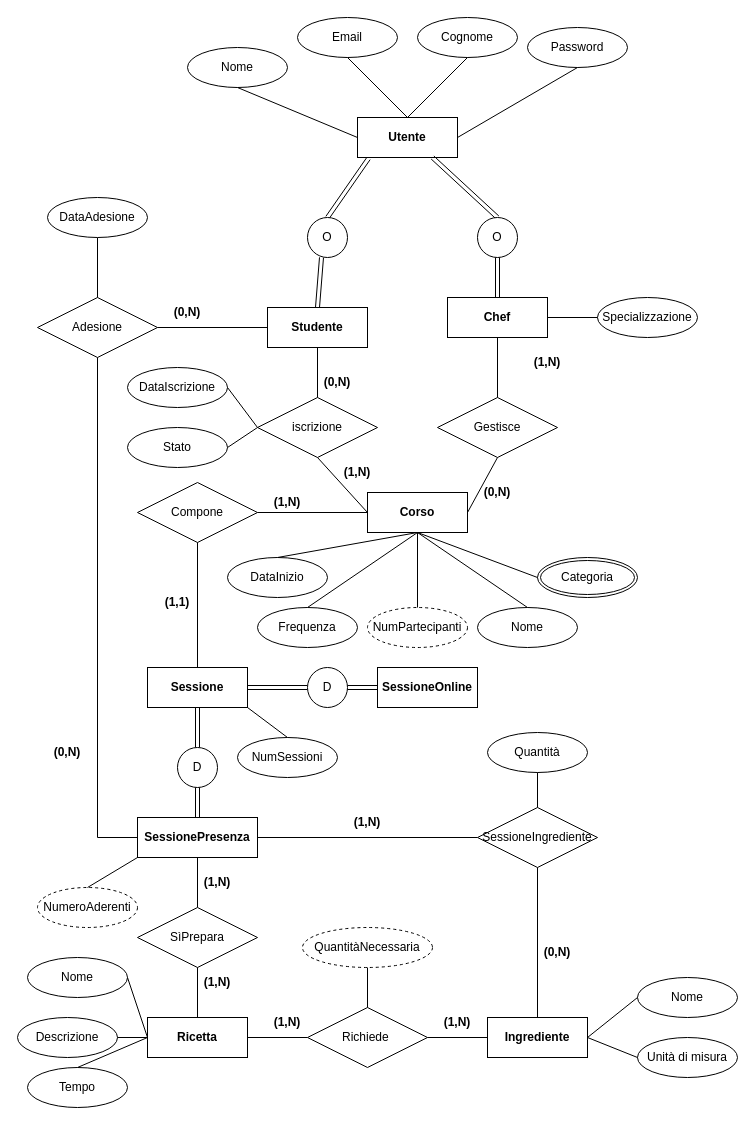
SimoneBarbella/Progetto-Basi-Object keeps this draw.io diagram as BasiDiDati Progetto/DiagrammaER1.drawio. Above is the earlier version. Source tidied: cells renumbered, new cells numbered last; positions are measured from the earlier drawing's top-left corner, leaving out a move shared by most shapes. Both pictures are drawn from the tidied source at 100%, with x=0, y=0 at pixel (17, 17).
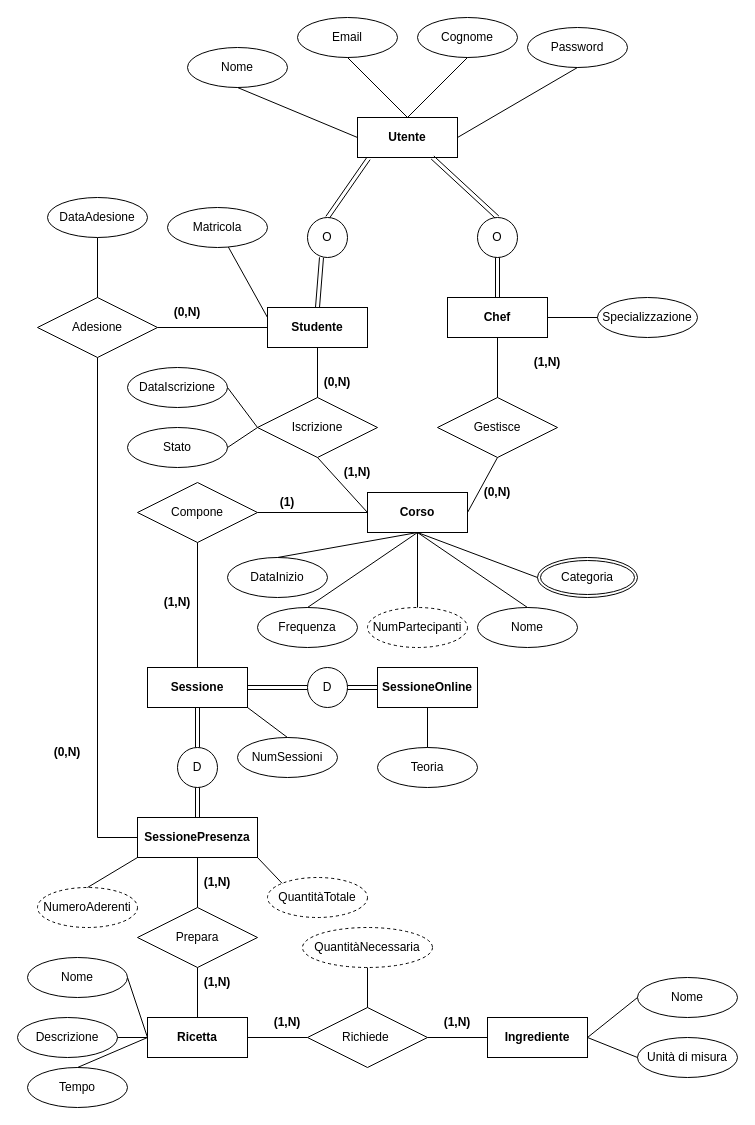
After the change.

Unchanged cells that the change refers to:
```xml
<mxCell id="2" value="&lt;b&gt;SessionePresenza&lt;/b&gt;" style="whiteSpace=wrap;html=1;align=center;" parent="1" vertex="1">
  <mxGeometry x="120" y="800" width="120" height="40" as="geometry" />
</mxCell>
<mxCell id="4" value="&lt;b&gt;SessioneOnline&lt;/b&gt;" style="whiteSpace=wrap;html=1;align=center;" parent="1" vertex="1">
  <mxGeometry x="360" y="650" width="100" height="40" as="geometry" />
</mxCell>
<mxCell id="6" value="&lt;b&gt;Studente&lt;/b&gt;" style="whiteSpace=wrap;html=1;align=center;" parent="1" vertex="1">
  <mxGeometry x="250" y="290" width="100" height="40" as="geometry" />
</mxCell>
<mxCell id="9" value="&lt;b&gt;Ingrediente&lt;/b&gt;" style="whiteSpace=wrap;html=1;align=center;" parent="1" vertex="1">
  <mxGeometry x="470" y="1000" width="100" height="40" as="geometry" />
</mxCell>
```

Diff of the diagram source:
```diff
@@
-    <mxCell id="12" value="iscrizione" style="shape=rhombus;perimeter=rhombusPerimeter;whiteSpace=wrap;html=1;align=center;" parent="1" vertex="1">
+    <mxCell id="12" value="Iscrizione" style="shape=rhombus;perimeter=rhombusPerimeter;whiteSpace=wrap;html=1;align=center;" parent="1" vertex="1">
       <mxGeometry x="240" y="380" width="120" height="60" as="geometry" />
     </mxCell>
@@
-    <mxCell id="24" value="SessioneIngrediente" style="shape=rhombus;perimeter=rhombusPerimeter;whiteSpace=wrap;html=1;align=center;" parent="1" vertex="1">
-      <mxGeometry x="460" y="790" width="120" height="60" as="geometry" />
-    </mxCell>
@@
-    <mxCell id="28" style="endArrow=none;html=1;rounded=0;exitX=1;exitY=0.5;exitDx=0;exitDy=0;entryX=0;entryY=0.5;entryDx=0;entryDy=0;" parent="1" edge="1" source="2" target="24">
-      <mxGeometry relative="1" as="geometry" />
-    </mxCell>
@@
-    <mxCell id="38" style="endArrow=none;html=1;rounded=0;exitX=0.5;exitY=1;exitDx=0;exitDy=0;entryX=0.5;entryY=0;entryDx=0;entryDy=0;" parent="1" edge="1" source="24" target="9">
-      <mxGeometry relative="1" as="geometry" />
-    </mxCell>
@@
-    <mxCell id="42" value="SìPrepara" style="shape=rhombus;perimeter=rhombusPerimeter;whiteSpace=wrap;html=1;align=center;" parent="1" vertex="1">
+    <mxCell id="42" value="Prepara" style="shape=rhombus;perimeter=rhombusPerimeter;whiteSpace=wrap;html=1;align=center;" parent="1" vertex="1">
       <mxGeometry x="120" y="890" width="120" height="60" as="geometry" />
     </mxCell>
@@
-    <mxCell id="44" value="Quantità" style="ellipse;whiteSpace=wrap;html=1;align=center;" parent="1" vertex="1">
-      <mxGeometry x="470" y="715" width="100" height="40" as="geometry" />
-    </mxCell>
@@
-    <mxCell id="83" style="endArrow=none;html=1;rounded=0;entryX=0.5;entryY=1;entryDx=0;entryDy=0;exitX=0.5;exitY=0;exitDx=0;exitDy=0;" parent="1" edge="1" source="24" target="44">
-      <mxGeometry relative="1" as="geometry" />
-    </mxCell>
@@
-    <mxCell id="92" value="&lt;b&gt;(1&lt;/b&gt;&lt;b style=&quot;background-color: transparent; color: light-dark(rgb(0, 0, 0), rgb(255, 255, 255));&quot;&gt;,N)&lt;/b&gt;" style="text;html=1;whiteSpace=wrap;strokeColor=none;fillColor=none;align=center;verticalAlign=middle;rounded=0;" parent="1" vertex="1">
+    <mxCell id="92" value="&lt;b&gt;(1&lt;/b&gt;&lt;b style=&quot;background-color: transparent; color: light-dark(rgb(0, 0, 0), rgb(255, 255, 255));&quot;&gt;)&lt;/b&gt;" style="text;html=1;whiteSpace=wrap;strokeColor=none;fillColor=none;align=center;verticalAlign=middle;rounded=0;" parent="1" vertex="1">
       <mxGeometry x="240" y="470" width="60" height="30" as="geometry" />
     </mxCell>
-    <mxCell id="93" value="&lt;b&gt;(1&lt;/b&gt;&lt;b style=&quot;background-color: transparent; color: light-dark(rgb(0, 0, 0), rgb(255, 255, 255));&quot;&gt;,1)&lt;/b&gt;" style="text;html=1;whiteSpace=wrap;strokeColor=none;fillColor=none;align=center;verticalAlign=middle;rounded=0;" parent="1" vertex="1">
+    <mxCell id="93" value="&lt;b&gt;(1&lt;/b&gt;&lt;b style=&quot;background-color: transparent; color: light-dark(rgb(0, 0, 0), rgb(255, 255, 255));&quot;&gt;,N)&lt;/b&gt;" style="text;html=1;whiteSpace=wrap;strokeColor=none;fillColor=none;align=center;verticalAlign=middle;rounded=0;" parent="1" vertex="1">
       <mxGeometry x="130" y="570" width="60" height="30" as="geometry" />
     </mxCell>
@@
-    <mxCell id="98" value="&lt;b&gt;(1&lt;/b&gt;&lt;b style=&quot;background-color: transparent; color: light-dark(rgb(0, 0, 0), rgb(255, 255, 255));&quot;&gt;,N)&lt;/b&gt;" style="text;html=1;whiteSpace=wrap;strokeColor=none;fillColor=none;align=center;verticalAlign=middle;rounded=0;" parent="1" vertex="1">
-      <mxGeometry x="320" y="790" width="60" height="30" as="geometry" />
-    </mxCell>
-    <mxCell id="99" value="&lt;b&gt;(0&lt;/b&gt;&lt;b style=&quot;background-color: transparent; color: light-dark(rgb(0, 0, 0), rgb(255, 255, 255));&quot;&gt;,N)&lt;/b&gt;" style="text;html=1;whiteSpace=wrap;strokeColor=none;fillColor=none;align=center;verticalAlign=middle;rounded=0;" parent="1" vertex="1">
-      <mxGeometry x="510" y="920" width="60" height="30" as="geometry" />
-    </mxCell>
@@
+    <mxCell id="102" value="Matricola" style="ellipse;whiteSpace=wrap;html=1;align=center;" parent="1" vertex="1">
+      <mxGeometry x="150" y="190" width="100" height="40" as="geometry" />
+    </mxCell>
+    <mxCell id="103" style="endArrow=none;html=1;rounded=0;exitX=0;exitY=0.25;exitDx=0;exitDy=0;" parent="1" edge="1" source="6" target="102">
+      <mxGeometry relative="1" as="geometry" />
+    </mxCell>
+    <mxCell id="104" value="QuantitàTotale" style="ellipse;whiteSpace=wrap;html=1;align=center;dashed=1;" parent="1" vertex="1">
+      <mxGeometry x="250" y="860" width="100" height="40" as="geometry" />
+    </mxCell>
+    <mxCell id="105" style="endArrow=none;html=1;rounded=0;entryX=1;entryY=1;entryDx=0;entryDy=0;exitX=0;exitY=0;exitDx=0;exitDy=0;" parent="1" edge="1" source="104" target="2">
+      <mxGeometry relative="1" as="geometry" />
+    </mxCell>
+    <mxCell id="106" value="Teoria" style="ellipse;whiteSpace=wrap;html=1;align=center;" parent="1" vertex="1">
+      <mxGeometry x="360" y="730" width="100" height="40" as="geometry" />
+    </mxCell>
+    <mxCell id="107" style="endArrow=none;html=1;rounded=0;entryX=0.5;entryY=1;entryDx=0;entryDy=0;exitX=0.5;exitY=0;exitDx=0;exitDy=0;" parent="1" edge="1" source="106" target="4">
+      <mxGeometry relative="1" as="geometry" />
+    </mxCell>
```
